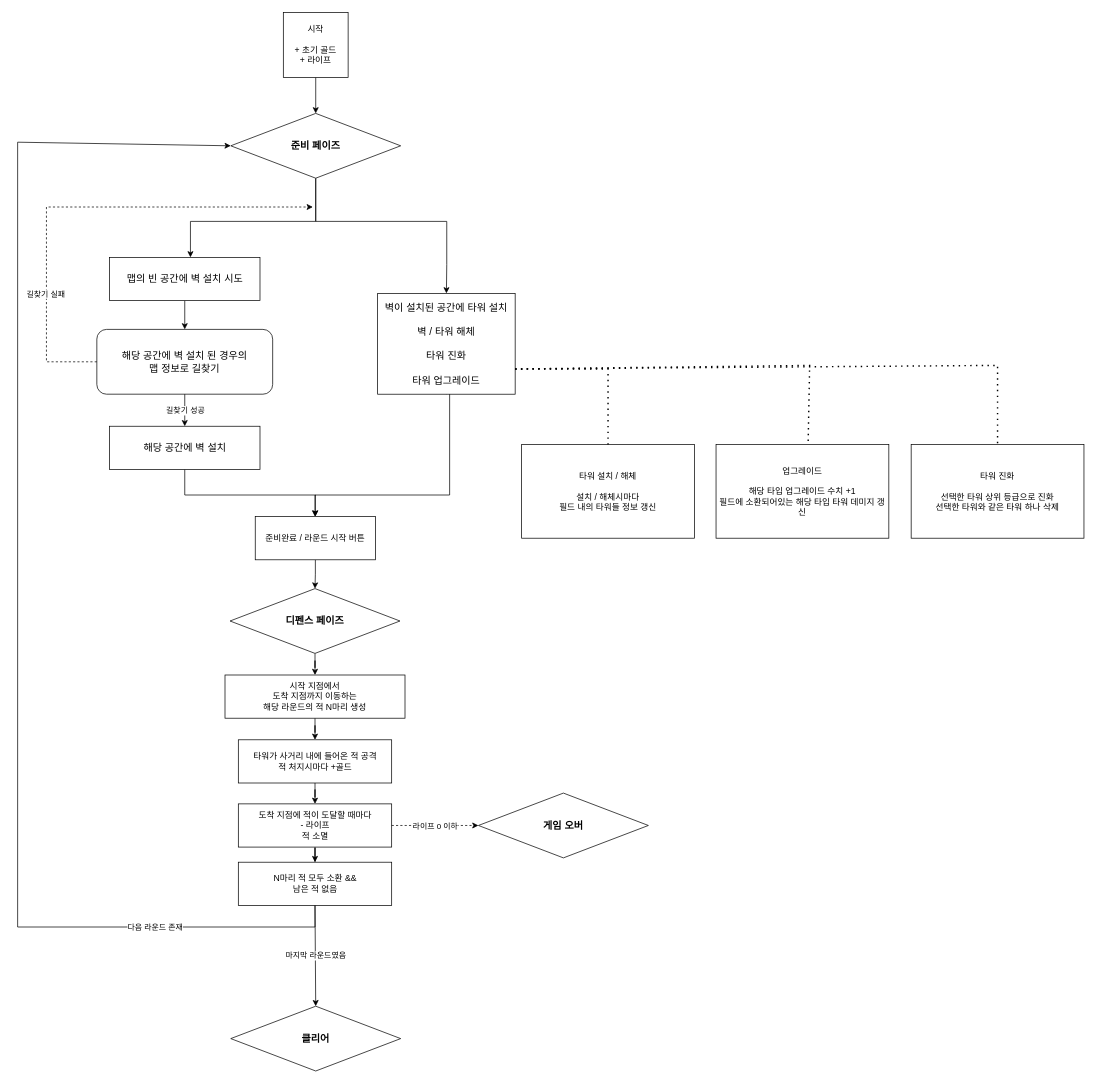
app155/ETL_TD keeps this draw.io diagram as page "페이지-2" (2 of 3) of TD.drawio. Above is the earlier version. Source tidied: cells renumbered, new cells numbered last; positions are measured from the earlier drawing's top-left corner, leaving out a move shared by most shapes. Both pictures are drawn from the tidied source at 72%, with x=0, y=0 at pixel (17, 12).
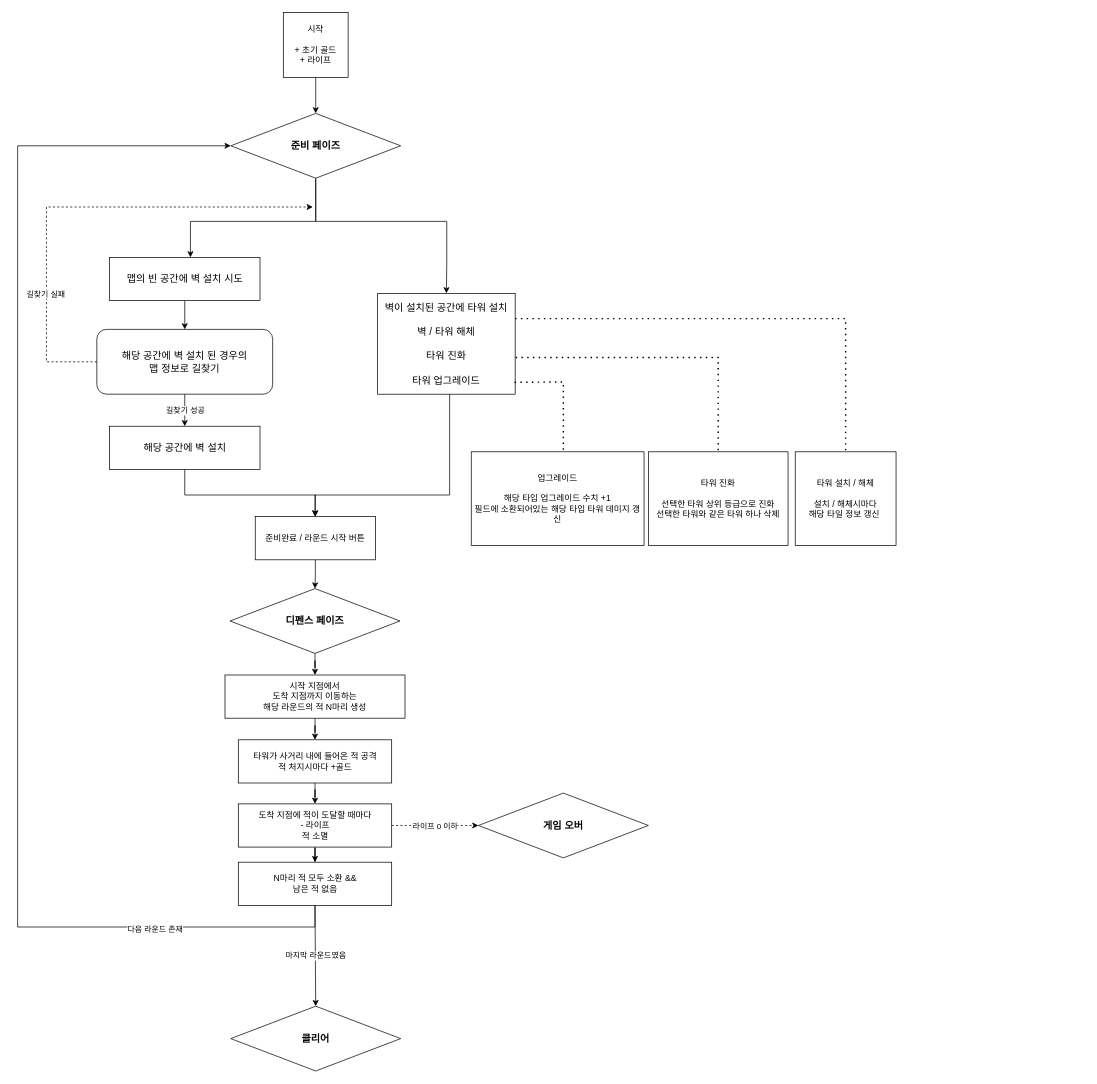
After the change.

Unchanged cells that the change refers to:
```xml
<mxCell id="7" value="벽이 설치된 공간에 타워 설치&lt;br&gt;&lt;br&gt;벽 / 타워 해체&lt;br&gt;&lt;br style=&quot;font-size: 14px;&quot;&gt;타워 진화&lt;br&gt;&lt;br style=&quot;font-size: 14px;&quot;&gt;타워 업그레이드" style="rounded=0;whiteSpace=wrap;html=1;fontSize=14;" parent="1" vertex="1">
  <mxGeometry x="500" y="390" width="191" height="140" as="geometry" />
</mxCell>
<mxCell id="10" value="&lt;font style=&quot;font-size: 14px;&quot;&gt;&lt;b&gt;준비 페이즈&lt;/b&gt;&lt;/font&gt;" style="rhombus;whiteSpace=wrap;html=1;" parent="1" vertex="1">
  <mxGeometry x="296" y="140" width="236" height="90" as="geometry" />
</mxCell>
```

Change to the diagram source:
```diff
@@
     <mxCell id="31" style="endArrow=classic;html=1;rounded=0;entryX=0;entryY=0.5;entryDx=0;entryDy=0;" parent="1" edge="1" target="10">
       <mxGeometry relative="1" as="geometry">
         <mxPoint x="413" y="1240" as="sourcePoint" />
         <Array as="points">
           <mxPoint x="413" y="1270" />
           <mxPoint y="1270" />
-          <mxPoint y="180" />
+          <mxPoint y="185" />
         </Array>
       </mxGeometry>
     </mxCell>
@@
-    <mxCell id="37" value="타워 설치 / 해체&lt;br&gt;&lt;br&gt;설치 / 해체시마다&lt;br&gt;필드 내의 타워들 정보 갱신" style="rounded=0;whiteSpace=wrap;html=1;" parent="1" vertex="1">
-      <mxGeometry x="700" y="600" width="240" height="130" as="geometry" />
+    <mxCell id="37" value="타워 설치 / 해체&lt;br&gt;&lt;br&gt;설치 / 해체시마다&lt;br&gt;해당 타일 정보 갱신&amp;nbsp;" style="rounded=0;whiteSpace=wrap;html=1;" parent="1" vertex="1">
+      <mxGeometry x="1080" y="610" width="140" height="130" as="geometry" />
     </mxCell>
-    <mxCell id="38" style="endArrow=none;dashed=1;html=1;dashPattern=1 3;strokeWidth=2;rounded=0;entryX=0.5;entryY=0;entryDx=0;entryDy=0;exitX=1;exitY=0.75;exitDx=0;exitDy=0;" parent="1" edge="1" source="7" target="37">
+    <mxCell id="38" style="endArrow=none;dashed=1;html=1;dashPattern=1 3;strokeWidth=2;rounded=0;entryX=0.5;entryY=0;entryDx=0;entryDy=0;exitX=1;exitY=0.25;exitDx=0;exitDy=0;" parent="1" edge="1" source="7" target="37">
       <mxGeometry relative="1" as="geometry">
         <Array as="points">
-          <mxPoint x="820" y="495" />
+          <mxPoint x="1150" y="425" />
         </Array>
       </mxGeometry>
     </mxCell>
     <mxCell id="39" value="업그레이드&lt;br&gt;&lt;br&gt;해당 타입 업그레이드 수치 +1&lt;br&gt;필드에 소환되어있는 해당 타입 타워 데미지 갱신" style="rounded=0;whiteSpace=wrap;html=1;" parent="1" vertex="1">
-      <mxGeometry x="970" y="600" width="240" height="130" as="geometry" />
+      <mxGeometry x="630" y="610" width="240" height="130" as="geometry" />
     </mxCell>
-    <mxCell id="40" style="endArrow=none;dashed=1;html=1;dashPattern=1 3;strokeWidth=2;rounded=0;entryX=0.533;entryY=-0.017;entryDx=0;entryDy=0;exitX=1;exitY=0.75;exitDx=0;exitDy=0;entryPerimeter=0;" parent="1" edge="1" source="7" target="39">
+    <mxCell id="40" style="endArrow=none;dashed=1;html=1;dashPattern=1 3;strokeWidth=2;rounded=0;entryX=0.533;entryY=-0.017;entryDx=0;entryDy=0;entryPerimeter=0;exitX=0.996;exitY=0.882;exitDx=0;exitDy=0;exitPerimeter=0;" parent="1" edge="1" source="7" target="39">
       <mxGeometry relative="1" as="geometry">
         <Array as="points">
-          <mxPoint x="1100" y="490" />
+          <mxPoint x="758" y="513" />
         </Array>
       </mxGeometry>
     </mxCell>
     <mxCell id="41" value="타워 진화&lt;br&gt;&lt;br&gt;선택한 타워 상위 등급으로 진화&lt;br&gt;선택한 타워와 같은 타워 하나 삭제" style="rounded=0;whiteSpace=wrap;html=1;" parent="1" vertex="1">
-      <mxGeometry x="1241" y="600" width="240" height="130" as="geometry" />
+      <mxGeometry x="876" y="610" width="194" height="130" as="geometry" />
     </mxCell>
-    <mxCell id="42" style="endArrow=none;dashed=1;html=1;dashPattern=1 3;strokeWidth=2;rounded=0;entryX=0.5;entryY=0;entryDx=0;entryDy=0;exitX=1;exitY=0.75;exitDx=0;exitDy=0;" parent="1" edge="1" source="7" target="41">
+    <mxCell id="42" style="endArrow=none;dashed=1;html=1;dashPattern=1 3;strokeWidth=2;rounded=0;entryX=0.5;entryY=0;entryDx=0;entryDy=0;exitX=1.004;exitY=0.636;exitDx=0;exitDy=0;exitPerimeter=0;" parent="1" edge="1" source="7" target="41">
       <mxGeometry relative="1" as="geometry">
         <Array as="points">
-          <mxPoint x="1361" y="490" />
+          <mxPoint x="973" y="479" />
         </Array>
       </mxGeometry>
     </mxCell>
```
